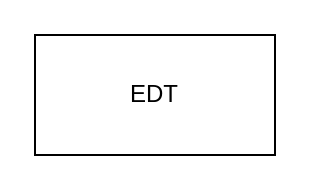
This is EDT.drawio from NahuelLV/Base-de-Datos, a draw.io file, before an edit. Source tidied: cells renumbered, new cells numbered last; positions are measured from the earlier drawing's top-left corner, leaving out a move shared by most shapes. Both pictures are drawn from the tidied source at 200%, with x=0, y=0 at pixel (34, 34).
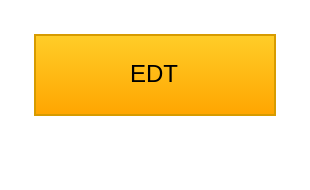
Above is the later version.

What changed in the source:
```diff
@@
 <mxGraphModel>
   <root>
     <mxCell id="0" />
     <mxCell id="1" parent="0" />
-    <mxCell id="2" value="EDT" style="rounded=0;whiteSpace=wrap;html=1;" parent="1" vertex="1">
-      <mxGeometry width="120" height="60" as="geometry" />
+    <mxCell id="2" value="EDT" style="rounded=0;whiteSpace=wrap;html=1;fillColor=#ffcd28;gradientColor=#ffa500;strokeColor=#d79b00;" parent="1" vertex="1">
+      <mxGeometry width="120" height="40" as="geometry" />
     </mxCell>
   </root>
 </mxGraphModel>
```
